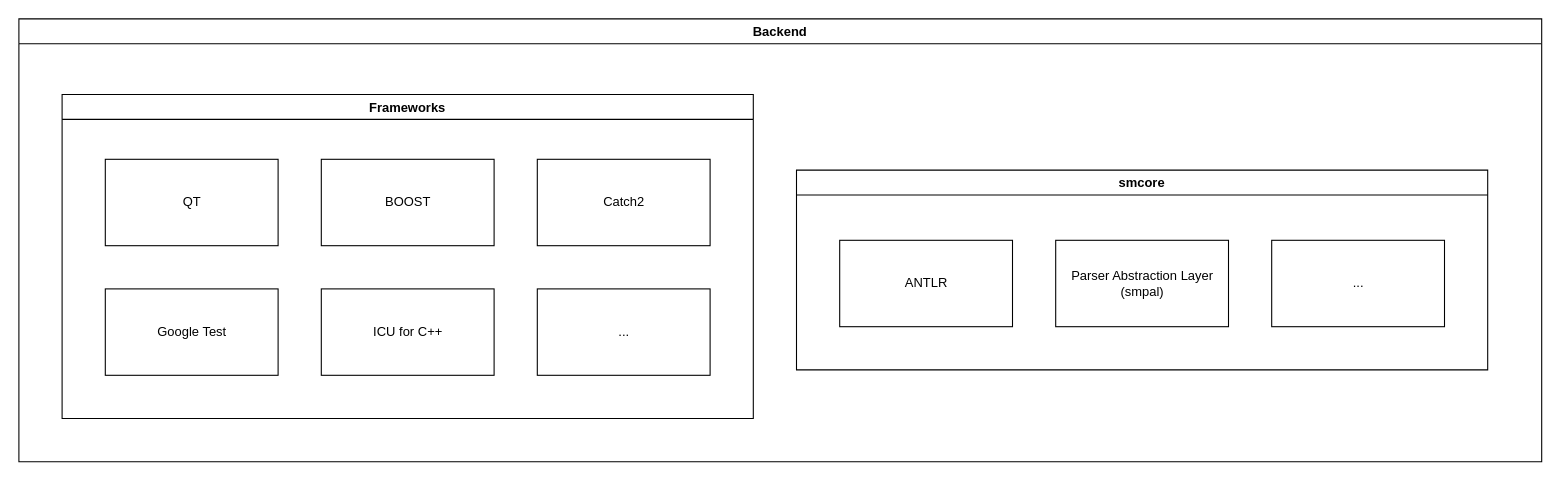
Before: Images/backend.drawio in SourceMonitor/SM-Info, a draw.io diagram. Source tidied: cells renumbered, new cells numbered last; positions are measured from the earlier drawing's top-left corner, leaving out a move shared by most shapes. Both pictures are drawn from the tidied source at 108%, with x=0, y=0 at pixel (18, 18).
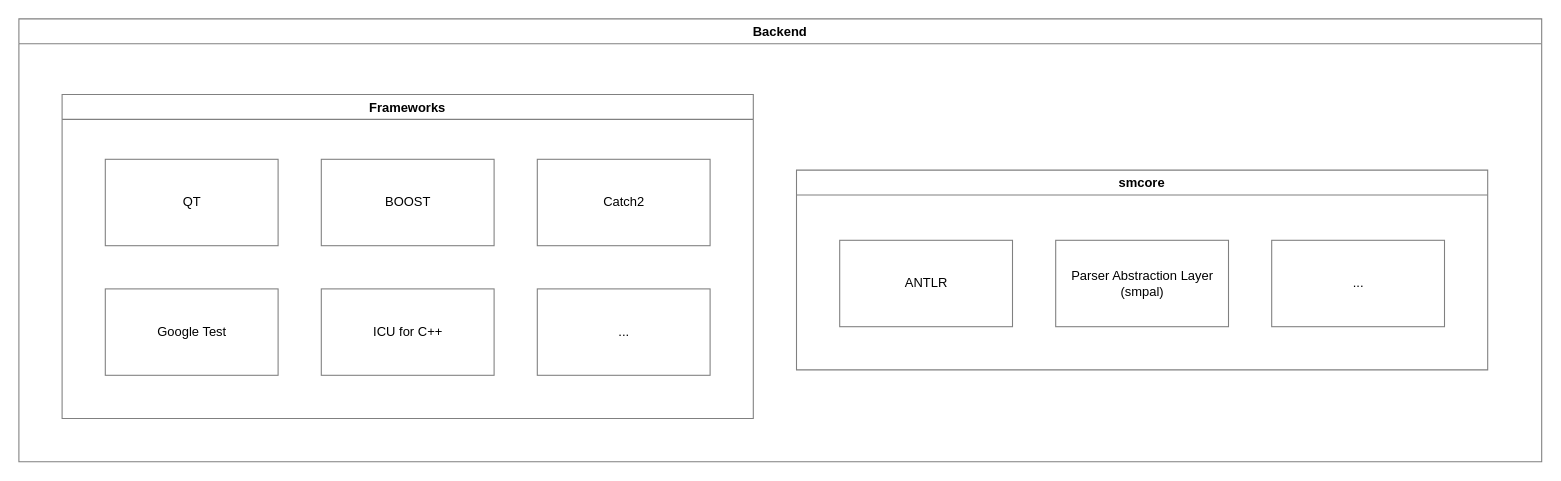
The same diagram, later.

Change to the diagram source:
```diff
@@
 <mxGraphModel>
   <root>
     <mxCell id="0" />
     <mxCell id="1" parent="0" />
-    <mxCell id="2" value="Backend" style="swimlane;fillColor=none;" parent="1" vertex="1">
+    <mxCell id="2" value="Backend" style="swimlane;strokeColor=#808080;" parent="1" vertex="1">
       <mxGeometry width="1410" height="410" as="geometry" />
     </mxCell>
-    <mxCell id="3" value="QT" style="html=1;dashed=0;whitespace=wrap;fillColor=none;" parent="2" vertex="1">
+    <mxCell id="3" value="QT" style="html=1;dashed=0;whitespace=wrap;strokeColor=#808080;" parent="2" vertex="1">
       <mxGeometry x="80" y="130" width="160" height="80" as="geometry" />
     </mxCell>
-    <mxCell id="4" value="BOOST" style="html=1;dashed=0;whitespace=wrap;fillColor=none;" parent="2" vertex="1">
+    <mxCell id="4" value="BOOST" style="html=1;dashed=0;whitespace=wrap;strokeColor=#808080;" parent="2" vertex="1">
       <mxGeometry x="280" y="130" width="160" height="80" as="geometry" />
     </mxCell>
-    <mxCell id="5" value="Catch2" style="html=1;dashed=0;whitespace=wrap;fillColor=none;" parent="2" vertex="1">
+    <mxCell id="5" value="Catch2" style="html=1;dashed=0;whitespace=wrap;strokeColor=#808080;" parent="2" vertex="1">
       <mxGeometry x="480" y="130" width="160" height="80" as="geometry" />
     </mxCell>
-    <mxCell id="6" value="Google Test" style="html=1;dashed=0;whitespace=wrap;fillColor=none;" parent="2" vertex="1">
+    <mxCell id="6" value="Google Test" style="html=1;dashed=0;whitespace=wrap;strokeColor=#808080;" parent="2" vertex="1">
       <mxGeometry x="80" y="250" width="160" height="80" as="geometry" />
     </mxCell>
-    <mxCell id="7" value="ICU for C++" style="html=1;dashed=0;whitespace=wrap;fillColor=none;" parent="2" vertex="1">
+    <mxCell id="7" value="ICU for C++" style="html=1;dashed=0;whitespace=wrap;strokeColor=#808080;" parent="2" vertex="1">
       <mxGeometry x="280" y="250" width="160" height="80" as="geometry" />
     </mxCell>
-    <mxCell id="8" value="..." style="html=1;dashed=0;whitespace=wrap;fillColor=none;" parent="2" vertex="1">
+    <mxCell id="8" value="..." style="html=1;dashed=0;whitespace=wrap;strokeColor=#808080;" parent="2" vertex="1">
       <mxGeometry x="480" y="250" width="160" height="80" as="geometry" />
     </mxCell>
-    <mxCell id="9" value="Frameworks" style="swimlane;fillColor=none;" parent="2" vertex="1">
+    <mxCell id="9" value="Frameworks" style="swimlane;strokeColor=#808080;" parent="2" vertex="1">
       <mxGeometry x="40" y="70" width="640" height="300" as="geometry" />
     </mxCell>
-    <mxCell id="10" value="smcore" style="swimlane;startSize=23;fillColor=none;" parent="2" vertex="1">
+    <mxCell id="10" value="smcore" style="swimlane;startSize=23;strokeColor=#808080;" parent="2" vertex="1">
       <mxGeometry x="720" y="140" width="640" height="185" as="geometry" />
     </mxCell>
-    <mxCell id="11" value="ANTLR" style="html=1;dashed=0;whitespace=wrap;fillColor=none;" parent="2" vertex="1">
+    <mxCell id="11" value="ANTLR" style="html=1;dashed=0;whitespace=wrap;strokeColor=#808080;" parent="2" vertex="1">
       <mxGeometry x="760" y="205" width="160" height="80" as="geometry" />
     </mxCell>
-    <mxCell id="12" value="Parser Abstraction Layer&lt;br&gt;(smpal)" style="html=1;dashed=0;whitespace=wrap;fillColor=none;" parent="2" vertex="1">
+    <mxCell id="12" value="Parser Abstraction Layer&lt;br&gt;(smpal)" style="html=1;dashed=0;whitespace=wrap;strokeColor=#808080;" parent="2" vertex="1">
       <mxGeometry x="960" y="205" width="160" height="80" as="geometry" />
     </mxCell>
-    <mxCell id="13" value="..." style="html=1;dashed=0;whitespace=wrap;fillColor=none;" parent="2" vertex="1">
+    <mxCell id="13" value="..." style="html=1;dashed=0;whitespace=wrap;strokeColor=#808080;" parent="2" vertex="1">
       <mxGeometry x="1160" y="205" width="160" height="80" as="geometry" />
     </mxCell>
   </root>
 </mxGraphModel>
```
